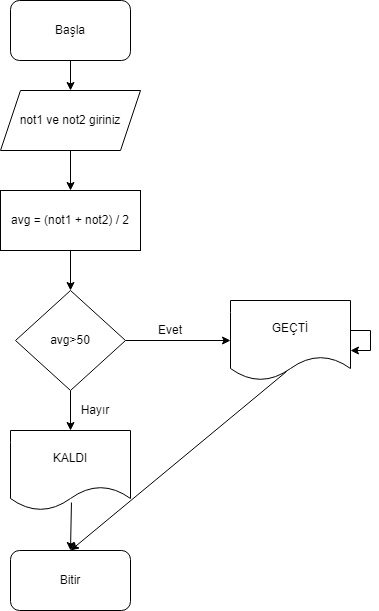
The draw.io diagram kosul.png in yigituygun8/Flowchart-Diagrams, before a commit. Source tidied: cells renumbered, new cells last; positions are measured from the earlier drawing's top-left corner, leaving out a move shared by most shapes. Source of this version:
```xml
<mxGraphModel>
  <root>
    <mxCell id="0" />
    <mxCell id="1" parent="0" />
    <mxCell id="2" style="edgeStyle=orthogonalEdgeStyle;rounded=0;jettySize=auto;html=1;entryX=0.5;entryY=0;entryDx=0;entryDy=0;" parent="1" edge="1" source="3" target="5">
      <mxGeometry relative="1" as="geometry" />
    </mxCell>
    <mxCell id="3" value="Başla" style="rounded=1;whiteSpace=wrap;html=1;" parent="1" vertex="1">
      <mxGeometry x="10" width="120" height="60" as="geometry" />
    </mxCell>
    <mxCell id="4" style="edgeStyle=orthogonalEdgeStyle;rounded=0;jettySize=auto;html=1;entryX=0.5;entryY=0;entryDx=0;entryDy=0;" parent="1" edge="1" source="5" target="6">
      <mxGeometry relative="1" as="geometry" />
    </mxCell>
    <mxCell id="5" value="not1 ve not2 giriniz" style="shape=parallelogram;perimeter=parallelogramPerimeter;whiteSpace=wrap;html=1;fixedSize=1;" parent="1" vertex="1">
      <mxGeometry y="90" width="140" height="60" as="geometry" />
    </mxCell>
    <mxCell id="6" value="avg = (not1 + not2) / 2" style="rounded=0;whiteSpace=wrap;html=1;" parent="1" vertex="1">
      <mxGeometry y="190" width="140" height="60" as="geometry" />
    </mxCell>
    <mxCell id="7" style="edgeStyle=orthogonalEdgeStyle;rounded=0;jettySize=auto;html=1;entryX=0;entryY=0.5;entryDx=0;entryDy=0;" parent="1" edge="1" source="9" target="13">
      <mxGeometry relative="1" as="geometry" />
    </mxCell>
    <mxCell id="8" style="edgeStyle=orthogonalEdgeStyle;rounded=0;jettySize=auto;html=1;entryX=0.5;entryY=0;entryDx=0;entryDy=0;" parent="1" edge="1" source="9" target="14">
      <mxGeometry relative="1" as="geometry" />
    </mxCell>
    <mxCell id="9" value="avg&amp;gt;50" style="rhombus;whiteSpace=wrap;html=1;" parent="1" vertex="1">
      <mxGeometry x="15" y="290" width="110" height="100" as="geometry" />
    </mxCell>
    <mxCell id="10" style="endArrow=classic;html=1;exitX=0.5;exitY=1;exitDx=0;exitDy=0;entryX=0.5;entryY=0;entryDx=0;entryDy=0;" parent="1" edge="1" source="6" target="9">
      <mxGeometry relative="1" as="geometry" />
    </mxCell>
    <mxCell id="11" value="Evet" style="text;html=1;strokeColor=none;fillColor=none;align=center;verticalAlign=middle;whiteSpace=wrap;rounded=0;" parent="1" vertex="1">
      <mxGeometry x="150" y="320" width="40" height="20" as="geometry" />
    </mxCell>
    <mxCell id="12" value="Hayır" style="text;html=1;strokeColor=none;fillColor=none;align=center;verticalAlign=middle;whiteSpace=wrap;rounded=0;" parent="1" vertex="1">
      <mxGeometry x="80" y="400" width="30" height="20" as="geometry" />
    </mxCell>
    <mxCell id="13" value="GEÇTİ" style="shape=document;whiteSpace=wrap;html=1;boundedLbl=1;" parent="1" vertex="1">
      <mxGeometry x="230" y="300" width="120" height="80" as="geometry" />
    </mxCell>
    <mxCell id="14" value="KALDI" style="shape=document;whiteSpace=wrap;html=1;boundedLbl=1;" parent="1" vertex="1">
      <mxGeometry x="10" y="430" width="120" height="80" as="geometry" />
    </mxCell>
    <mxCell id="15" value="Bitir" style="rounded=1;whiteSpace=wrap;html=1;" parent="1" vertex="1">
      <mxGeometry x="10" y="550" width="120" height="60" as="geometry" />
    </mxCell>
    <mxCell id="16" style="endArrow=classic;html=1;exitX=0.508;exitY=0.9;exitDx=0;exitDy=0;exitPerimeter=0;entryX=0.5;entryY=0;entryDx=0;entryDy=0;" parent="1" edge="1" source="14" target="15">
      <mxGeometry relative="1" as="geometry" />
    </mxCell>
    <mxCell id="17" style="edgeStyle=orthogonalEdgeStyle;rounded=0;orthogonalLoop=1;jettySize=auto;html=1;" parent="1" edge="1" source="13" target="13">
      <mxGeometry relative="1" as="geometry" />
    </mxCell>
    <mxCell id="18" style="endArrow=classic;html=1;exitX=0.467;exitY=0.888;exitDx=0;exitDy=0;exitPerimeter=0;" parent="1" edge="1" source="13">
      <mxGeometry relative="1" as="geometry">
        <mxPoint x="70" y="550" as="targetPoint" />
      </mxGeometry>
    </mxCell>
  </root>
</mxGraphModel>
```
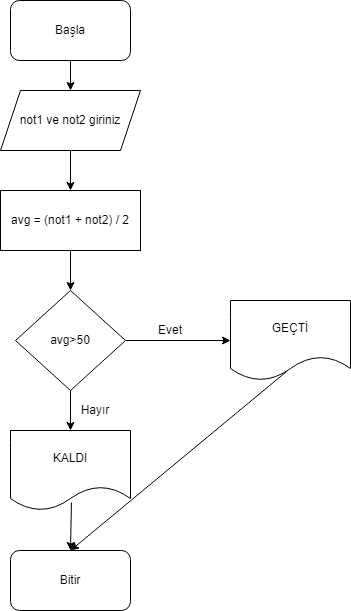
Above is the later version.

Diff of the diagram source:
```diff
@@ -47,9 +47,6 @@
     <mxCell id="16" style="endArrow=classic;html=1;exitX=0.508;exitY=0.9;exitDx=0;exitDy=0;exitPerimeter=0;entryX=0.5;entryY=0;entryDx=0;entryDy=0;" parent="1" edge="1" source="14" target="15">
       <mxGeometry relative="1" as="geometry" />
     </mxCell>
-    <mxCell id="17" style="edgeStyle=orthogonalEdgeStyle;rounded=0;orthogonalLoop=1;jettySize=auto;html=1;" parent="1" edge="1" source="13" target="13">
-      <mxGeometry relative="1" as="geometry" />
-    </mxCell>
     <mxCell id="18" style="endArrow=classic;html=1;exitX=0.467;exitY=0.888;exitDx=0;exitDy=0;exitPerimeter=0;" parent="1" edge="1" source="13">
       <mxGeometry relative="1" as="geometry">
         <mxPoint x="70" y="550" as="targetPoint" />
```
